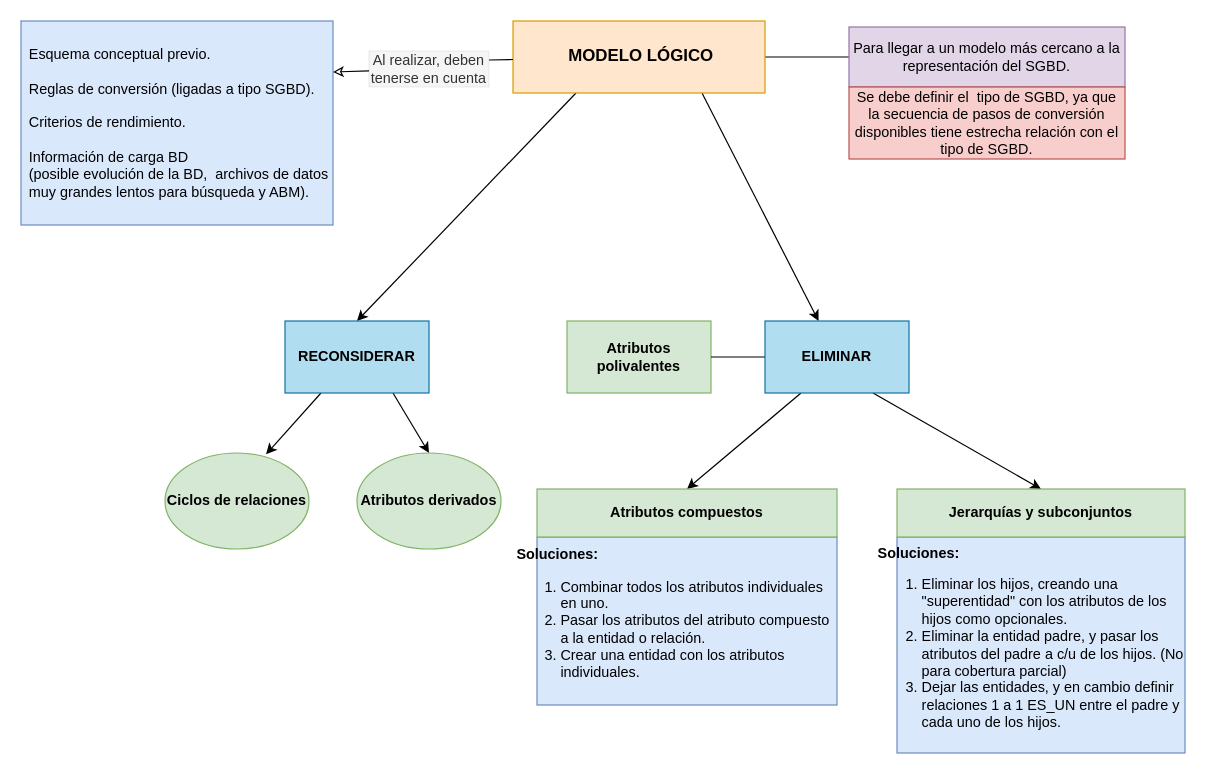
This is page "Modelo lógico" (4 of 8) of Diagrama-resumen.drawio from senras/DBD, a draw.io file, before an edit. Source tidied: cells renumbered, new cells numbered last; positions are measured from the earlier drawing's top-left corner, leaving out a move shared by most shapes. Both pictures are drawn from the tidied source at 120%, with x=0, y=0 at pixel (20, 20).
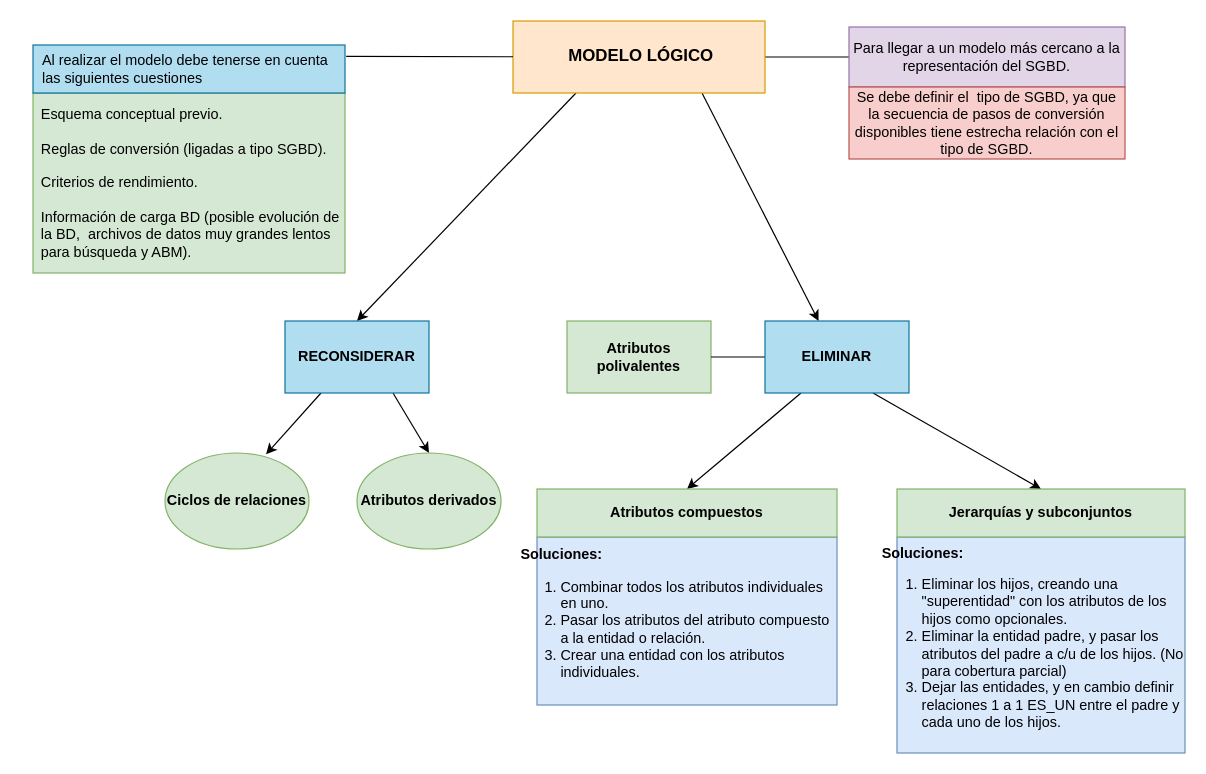
After the change.

Diff of the diagram source:
```diff
@@
-    <mxCell id="9" value="Esquema conceptual previo.&lt;br&gt;&lt;br&gt;Reglas de conversión (ligadas a tipo SGBD).&lt;br&gt;&lt;br&gt;Criterios de rendimiento.&lt;br&gt;&lt;br&gt;Información de carga BD&lt;br&gt;(posible evolución de la BD,&amp;nbsp; archivos de datos muy grandes lentos para búsqueda y ABM)." style="rounded=0;whiteSpace=wrap;html=1;fillColor=#dae8fc;strokeColor=#6c8ebf;align=left;spacingLeft=5;" parent="1" vertex="1">
-      <mxGeometry width="260" height="170" as="geometry" />
+    <mxCell id="9" value="Esquema conceptual previo.&lt;br&gt;&lt;br&gt;Reglas de conversión (ligadas a tipo SGBD).&lt;br&gt;&lt;br&gt;Criterios de rendimiento.&lt;br&gt;&lt;br&gt;Información de carga BD (posible evolución de la BD,&amp;nbsp; archivos de datos muy grandes lentos para búsqueda y ABM)." style="rounded=0;whiteSpace=wrap;html=1;fillColor=#d5e8d4;strokeColor=#82b366;align=left;spacingLeft=5;" parent="1" vertex="1">
+      <mxGeometry x="10" y="60" width="260" height="150" as="geometry" />
     </mxCell>
@@
-    <mxCell id="20" value="&lt;div&gt;&lt;b&gt;&lt;span style=&quot;white-space: pre;&quot;&gt; &lt;/span&gt;Soluciones:&lt;/b&gt;&lt;/div&gt;&lt;ol&gt;&lt;li&gt;Eliminar los hijos, creando una &quot;superentidad&quot; con los atributos de los hijos como opcionales.&lt;/li&gt;&lt;li&gt;Eliminar la entidad padre, y pasar los atributos del padre a c/u de los hijos. (No para cobertura parcial)&lt;/li&gt;&lt;li&gt;Dejar las entidades, y en cambio definir relaciones 1 a 1 ES_UN entre el padre y cada uno de los hijos.&lt;/li&gt;&lt;/ol&gt;" style="rounded=0;whiteSpace=wrap;html=1;fillColor=#dae8fc;strokeColor=#6c8ebf;align=left;spacingLeft=-21;" parent="1" vertex="1">
+    <mxCell id="20" value="&lt;div&gt;&lt;b&gt;&lt;span style=&quot;white-space: pre;&quot;&gt;&lt;span style=&quot;white-space: pre;&quot;&gt; &lt;/span&gt; &lt;/span&gt;Soluciones:&lt;/b&gt;&lt;/div&gt;&lt;ol&gt;&lt;li&gt;Eliminar los hijos, creando una &quot;superentidad&quot; con los atributos de los hijos como opcionales.&lt;/li&gt;&lt;li&gt;Eliminar la entidad padre, y pasar los atributos del padre a c/u de los hijos. (No para cobertura parcial)&lt;/li&gt;&lt;li&gt;Dejar las entidades, y en cambio definir relaciones 1 a 1 ES_UN entre el padre y cada uno de los hijos.&lt;/li&gt;&lt;/ol&gt;" style="rounded=0;whiteSpace=wrap;html=1;fillColor=#dae8fc;strokeColor=#6c8ebf;align=left;spacingLeft=-21;" parent="1" vertex="1">
       <mxGeometry x="730" y="430" width="240" height="180" as="geometry" />
     </mxCell>
-    <mxCell id="21" value="&lt;span style=&quot;background-color: initial;&quot;&gt;&lt;b&gt;&lt;span style=&quot;white-space: pre;&quot;&gt; &lt;/span&gt;Soluciones:&lt;/b&gt;&lt;br&gt;&lt;ol style=&quot;line-height: 1.2;&quot;&gt;&lt;li&gt;&lt;span style=&quot;background-color: initial;&quot;&gt;Combinar todos los atributos individuales en uno.&lt;/span&gt;&lt;/li&gt;&lt;li&gt;&lt;span style=&quot;background-color: initial;&quot;&gt;Pasar los atributos del atributo compuesto a la entidad o relación.&lt;/span&gt;&lt;/li&gt;&lt;li&gt;&lt;span style=&quot;background-color: initial;&quot;&gt;Crear una entidad con los atributos individuales&lt;/span&gt;&lt;span style=&quot;background-color: initial;&quot;&gt;.&lt;/span&gt;&lt;/li&gt;&lt;/ol&gt;&lt;/span&gt;" style="rounded=0;whiteSpace=wrap;html=1;align=left;fillColor=#dae8fc;strokeColor=#6c8ebf;spacingLeft=-22;" parent="1" vertex="1">
+    <mxCell id="21" value="&lt;span style=&quot;background-color: initial;&quot;&gt;&lt;b&gt;&lt;span style=&quot;white-space: pre;&quot;&gt; &lt;span style=&quot;white-space: pre;&quot;&gt; &lt;/span&gt;&lt;/span&gt;Soluciones:&lt;/b&gt;&lt;br&gt;&lt;ol style=&quot;line-height: 1.2;&quot;&gt;&lt;li&gt;&lt;span style=&quot;background-color: initial;&quot;&gt;Combinar todos los atributos individuales en uno.&lt;/span&gt;&lt;/li&gt;&lt;li&gt;&lt;span style=&quot;background-color: initial;&quot;&gt;Pasar los atributos del atributo compuesto a la entidad o relación.&lt;/span&gt;&lt;/li&gt;&lt;li&gt;&lt;span style=&quot;background-color: initial;&quot;&gt;Crear una entidad con los atributos individuales&lt;/span&gt;&lt;span style=&quot;background-color: initial;&quot;&gt;.&lt;/span&gt;&lt;/li&gt;&lt;/ol&gt;&lt;/span&gt;" style="rounded=0;whiteSpace=wrap;html=1;align=left;fillColor=#dae8fc;strokeColor=#6c8ebf;spacingLeft=-22;" parent="1" vertex="1">
       <mxGeometry x="430" y="430" width="250" height="140" as="geometry" />
     </mxCell>
@@
-    <mxCell id="24" value="Al realizar, deben tenerse en cuenta" style="text;html=1;strokeColor=#666666;fillColor=#f5f5f5;align=center;verticalAlign=middle;whiteSpace=wrap;rounded=0;fontStyle=0;fontColor=#333333;strokeWidth=0;" parent="1" vertex="1">
-      <mxGeometry x="290" y="25" width="100" height="30" as="geometry" />
+    <mxCell id="24" value="Al realizar el modelo debe tenerse en cuenta las siguientes cuestiones" style="text;html=1;strokeColor=#10739e;fillColor=#b1ddf0;align=left;verticalAlign=middle;whiteSpace=wrap;rounded=0;fontStyle=0;strokeWidth=1;spacingLeft=6;perimeterSpacing=1;" parent="1" vertex="1">
+      <mxGeometry x="10" y="20" width="260" height="40" as="geometry" />
     </mxCell>
-    <mxCell id="25" style="edgeStyle=none;rounded=0;jettySize=auto;html=1;exitX=1;exitY=0.25;exitDx=0;exitDy=0;endArrow=none;endFill=0;startArrow=classic;startFill=0;" parent="1" edge="1" source="9" target="24">
-      <mxGeometry relative="1" as="geometry" />
-    </mxCell>
```
